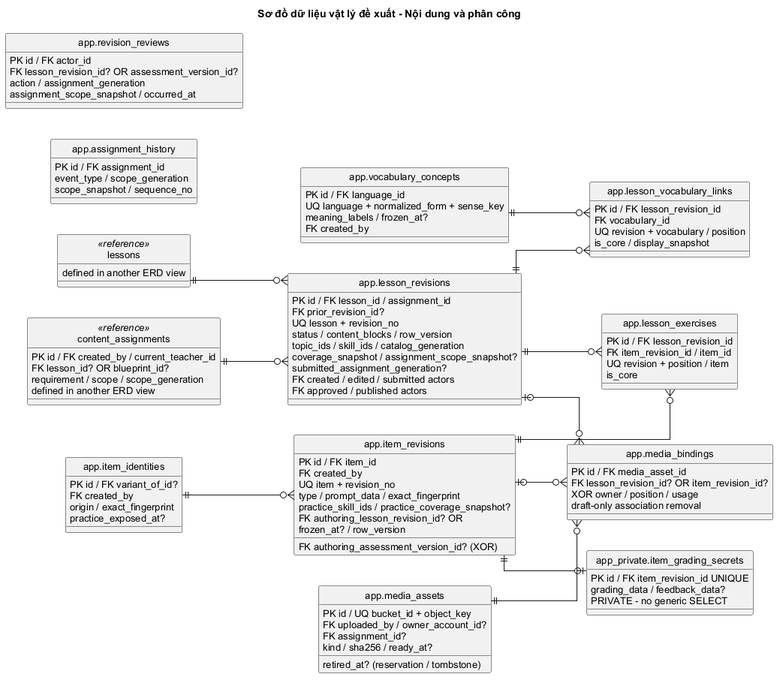
Above: docs/design/physical/physical-erd-content.png in PhamNguyenThanhTung/lingora-workspace (PlantUML), before the change. The source it was exported from:
```plantuml
@startuml physical-erd-content
skinparam backgroundColor white
skinparam monochrome true
skinparam shadowing false
skinparam defaultFontName Arial
skinparam defaultFontSize 13
skinparam linetype ortho
skinparam nodesep 40
skinparam ranksep 60
hide circle
left to right direction
title Sơ đồ dữ liệu vật lý đề xuất - Nội dung và phân công
entity "app.lesson_revisions" as lesson_revisions {
  PK id / FK lesson_id / assignment_id
  FK prior_revision_id?
  UQ lesson + revision_no
  status / content_blocks / row_version
  topic_ids / skill_ids / catalog_generation
  coverage_snapshot / assignment_scope_snapshot?
  submitted_assignment_generation?
  FK created / edited / submitted actors
  FK approved / published actors
}
entity "app.vocabulary_concepts" as vocabulary_concepts {
  PK id / FK language_id
  UQ language + normalized_form + sense_key
  meaning_labels / frozen_at?
  FK created_by
}
entity "app.lesson_vocabulary_links" as lesson_vocabulary_links {
  PK id / FK lesson_revision_id
  FK vocabulary_id
  UQ revision + vocabulary / position
  is_core / display_snapshot
}
entity "app.item_identities" as item_identities {
  PK id / FK variant_of_id?
  FK created_by
  origin / exact_fingerprint
  practice_exposed_at?
}
entity "app.item_revisions" as item_revisions {
  PK id / FK item_id
  FK created_by
  UQ item + revision_no
  type / prompt_data / exact_fingerprint
  practice_skill_ids / practice_coverage_snapshot?
  FK authoring_lesson_revision_id? OR
  FK authoring_assessment_version_id? (XOR)
  frozen_at? / row_version
}
entity "app_private.item_grading_secrets" as item_grading_secrets {
  PK id / FK item_revision_id UNIQUE
  grading_data / feedback_data?
  PRIVATE - no generic SELECT
}
entity "app.lesson_exercises" as lesson_exercises {
  PK id / FK lesson_revision_id
  FK item_revision_id / item_id
  UQ revision + position / item
  is_core
}
entity "app.media_assets" as media_assets {
  PK id / UQ bucket_id + object_key
  FK uploaded_by / owner_account_id?
  FK assignment_id?
  kind / sha256 / ready_at?
  retired_at? (reservation / tombstone)
}
entity "app.media_bindings" as media_bindings {
  PK id / FK media_asset_id
  FK lesson_revision_id? OR item_revision_id?
  XOR owner / position / usage
  draft-only association removal
}
entity "app.content_assignments" as content_assignments {
  PK id / FK created_by / current_teacher_id
  FK lesson_id? OR blueprint_id?
  requirement / scope / scope_generation
}
entity "app.assignment_history" as assignment_history {
  PK id / FK assignment_id
  event_type / scope_generation
  scope_snapshot / sequence_no
}
entity "app.revision_reviews" as revision_reviews {
  PK id / FK actor_id
  FK lesson_revision_id? OR assessment_version_id?
  action / assignment_generation
  assignment_scope_snapshot / occurred_at
}
entity "lessons" as lessons <<reference>> {
  defined in another ERD view
}
entity "content_assignments" as content_assignments <<reference>> {
  defined in another ERD view
}
lessons ||--o{ lesson_revisions
content_assignments ||--o{ lesson_revisions
lesson_revisions ||--o{ lesson_exercises
lesson_revisions ||--o{ lesson_vocabulary_links
vocabulary_concepts ||--o{ lesson_vocabulary_links
item_identities ||--o{ item_revisions
item_revisions ||--o| item_grading_secrets
item_revisions ||--o{ lesson_exercises
media_assets ||--o{ media_bindings
lesson_revisions |o--o{ media_bindings
item_revisions |o--o{ media_bindings
@enduml
```
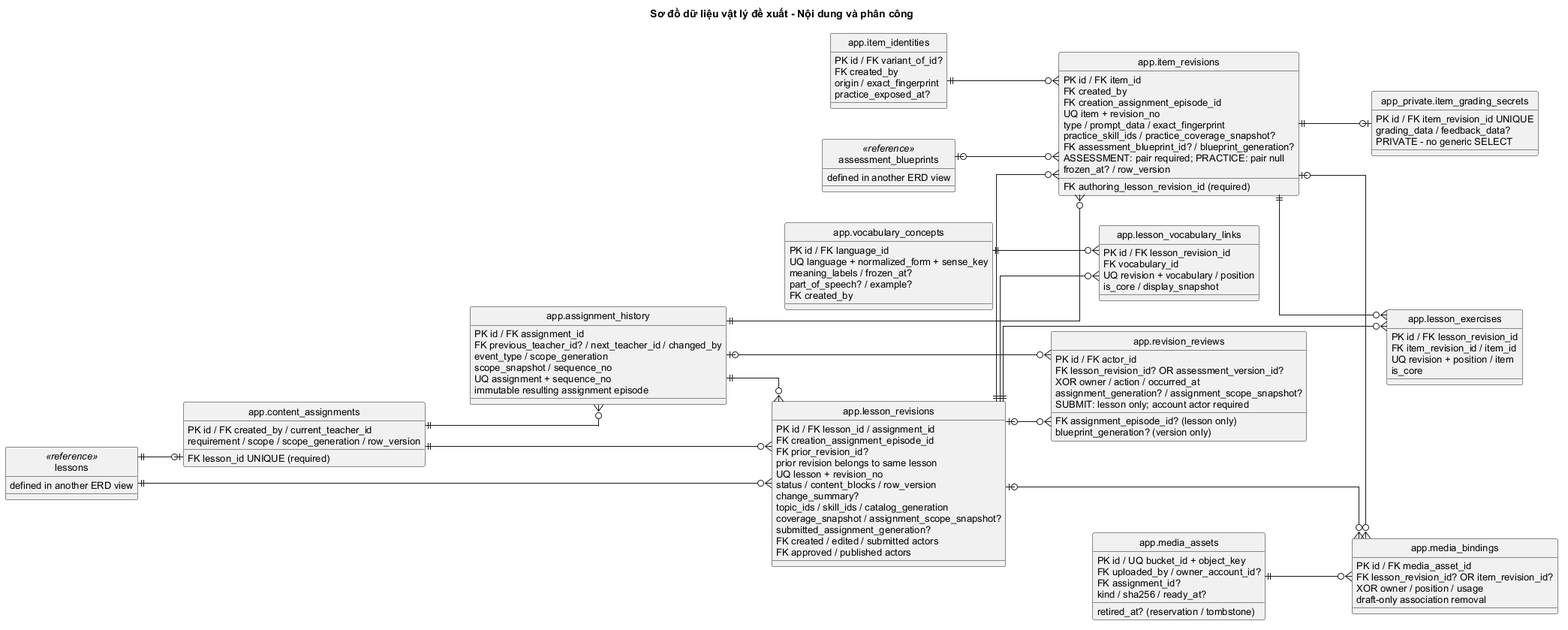
After the commit.

Change to the diagram source:
```diff
@@ -12,9 +12,12 @@
 title Sơ đồ dữ liệu vật lý đề xuất - Nội dung và phân công
 entity "app.lesson_revisions" as lesson_revisions {
   PK id / FK lesson_id / assignment_id
+  FK creation_assignment_episode_id
   FK prior_revision_id?
+  prior revision belongs to same lesson
   UQ lesson + revision_no
   status / content_blocks / row_version
+  change_summary?
   topic_ids / skill_ids / catalog_generation
   coverage_snapshot / assignment_scope_snapshot?
   submitted_assignment_generation?
@@ -25,6 +28,7 @@
   PK id / FK language_id
   UQ language + normalized_form + sense_key
   meaning_labels / frozen_at?
+  part_of_speech? / example?
   FK created_by
 }
 entity "app.lesson_vocabulary_links" as lesson_vocabulary_links {
@@ -42,11 +46,13 @@
 entity "app.item_revisions" as item_revisions {
   PK id / FK item_id
   FK created_by
+  FK creation_assignment_episode_id
   UQ item + revision_no
   type / prompt_data / exact_fingerprint
   practice_skill_ids / practice_coverage_snapshot?
-  FK authoring_lesson_revision_id? OR
-  FK authoring_assessment_version_id? (XOR)
+  FK authoring_lesson_revision_id (required)
+  FK assessment_blueprint_id? / blueprint_generation?
+  ASSESSMENT: pair required; PRACTICE: pair null
   frozen_at? / row_version
 }
 entity "app_private.item_grading_secrets" as item_grading_secrets {
@@ -75,28 +81,42 @@
 }
 entity "app.content_assignments" as content_assignments {
   PK id / FK created_by / current_teacher_id
-  FK lesson_id? OR blueprint_id?
-  requirement / scope / scope_generation
+  FK lesson_id UNIQUE (required)
+  requirement / scope / scope_generation / row_version
 }
 entity "app.assignment_history" as assignment_history {
   PK id / FK assignment_id
+  FK previous_teacher_id? / next_teacher_id / changed_by
   event_type / scope_generation
   scope_snapshot / sequence_no
+  UQ assignment + sequence_no
+  immutable resulting assignment episode
 }
 entity "app.revision_reviews" as revision_reviews {
   PK id / FK actor_id
   FK lesson_revision_id? OR assessment_version_id?
-  action / assignment_generation
-  assignment_scope_snapshot / occurred_at
+  XOR owner / action / occurred_at
+  FK assignment_episode_id? (lesson only)
+  assignment_generation? / assignment_scope_snapshot?
+  blueprint_generation? (version only)
+  SUBMIT: lesson only; account actor required
 }
 entity "lessons" as lessons <<reference>> {
   defined in another ERD view
 }
-entity "content_assignments" as content_assignments <<reference>> {
+entity "assessment_blueprints" as assessment_blueprints <<reference>> {
   defined in another ERD view
 }
 lessons ||--o{ lesson_revisions
+lessons ||--o| content_assignments
 content_assignments ||--o{ lesson_revisions
+content_assignments ||--o{ assignment_history
+assignment_history ||--o{ lesson_revisions
+assignment_history ||--o{ item_revisions
+assignment_history |o--o{ revision_reviews
+lesson_revisions |o--o{ revision_reviews
+lesson_revisions ||--o{ item_revisions
+assessment_blueprints |o--o{ item_revisions
 lesson_revisions ||--o{ lesson_exercises
 lesson_revisions ||--o{ lesson_vocabulary_links
 vocabulary_concepts ||--o{ lesson_vocabulary_links
```
